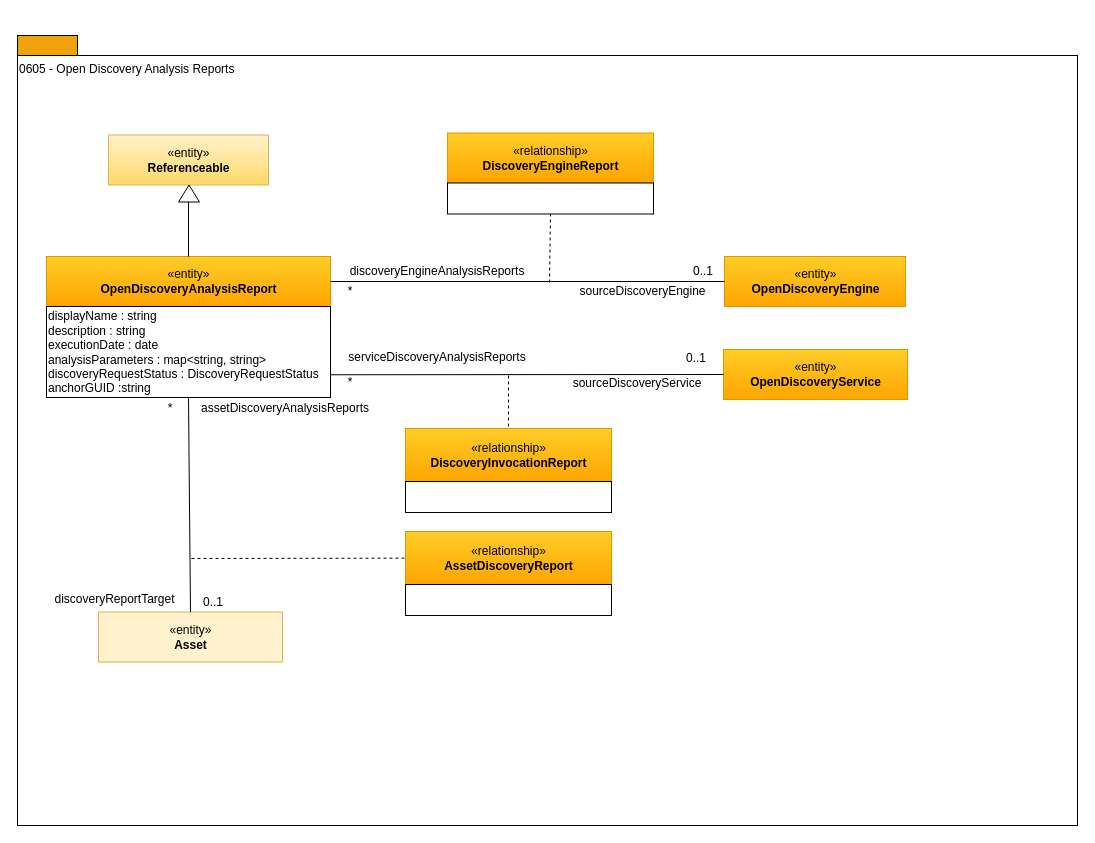
planetf1/egeria keeps this draw.io diagram as page "0605 - Discovery Analysis Reports" (5 of 18) of open-metadata-publication/website/open-metadata-types/area-6-discovery.drawio. Above is the earlier version. Source tidied: cells renumbered, new cells numbered last; positions are measured from the earlier drawing's top-left corner, leaving out a move shared by most shapes. Both pictures are drawn from the tidied source at 100%, with x=0, y=0 at pixel (17, 35).
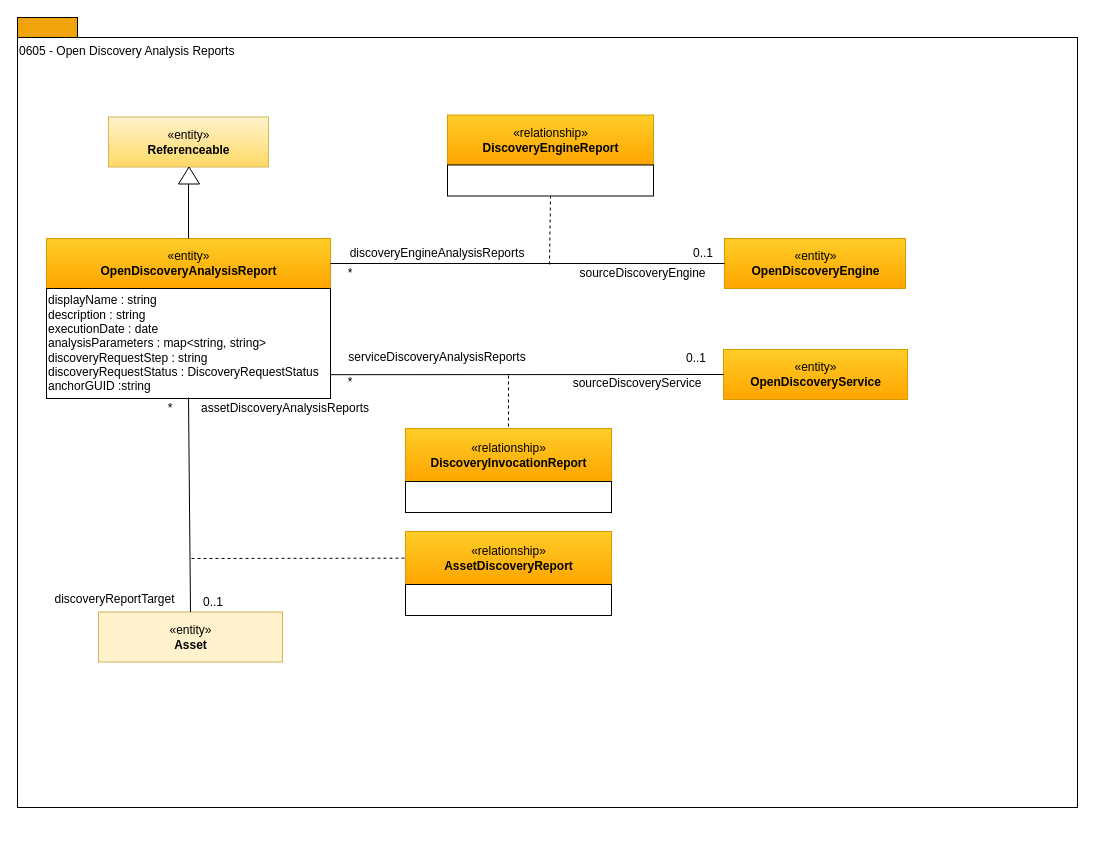
The same page after the edit.

Unchanged cells that the change refers to:
```xml
<mxCell id="13" value="«entity»&lt;br&gt;&lt;b&gt;OpenDiscoveryService&lt;/b&gt;" style="html=1;strokeColor=#d79b00;align=center;fillColor=#ffcd28;gradientColor=#ffa500;" parent="1" vertex="1">
  <mxGeometry x="706" y="314" width="184" height="50" as="geometry" />
</mxCell>
<mxCell id="27" value="«entity»&lt;br&gt;&lt;b&gt;Asset&lt;/b&gt;" style="html=1;strokeColor=#d6b656;align=center;fillColor=#fff2cc;" parent="1" vertex="1">
  <mxGeometry x="81" y="576.5" width="184" height="50" as="geometry" />
</mxCell>
```

Change to the diagram source:
```diff
@@
     <mxCell id="2" style="rounded=0;whiteSpace=wrap;html=1;align=left;fillColor=#f0a30a;strokeColor=#000000;fontColor=#ffffff;" parent="1" vertex="1">
-      <mxGeometry width="60" height="20" as="geometry" />
+      <mxGeometry y="-18" width="60" height="20" as="geometry" />
     </mxCell>
     <mxCell id="3" value="0605 - Open Discovery Analysis Reports" style="rounded=0;whiteSpace=wrap;html=1;align=left;verticalAlign=top;" parent="1" vertex="1">
-      <mxGeometry y="20" width="1060" height="770" as="geometry" />
+      <mxGeometry y="2" width="1060" height="770" as="geometry" />
     </mxCell>
     <mxCell id="4" value="«entity»&lt;br&gt;&lt;b&gt;OpenDiscoveryAnalysisReport&lt;/b&gt;" style="html=1;strokeColor=#d79b00;align=center;fillColor=#ffcd28;gradientColor=#ffa500;" parent="1" vertex="1">
-      <mxGeometry x="29" y="221" width="284" height="50" as="geometry" />
+      <mxGeometry x="29" y="203" width="284" height="50" as="geometry" />
     </mxCell>
-    <mxCell id="5" value="displayName : string&lt;br&gt;description : string&lt;br&gt;executionDate : date&lt;br&gt;&lt;div style=&quot;text-align: left&quot;&gt;&lt;span&gt;analysisParameters : map&amp;lt;string, string&amp;gt;&lt;/span&gt;&lt;/div&gt;&lt;div style=&quot;text-align: left&quot;&gt;&lt;span&gt;discoveryRequestStatus : DiscoveryRequestStatus&lt;/span&gt;&lt;/div&gt;&lt;div style=&quot;text-align: left&quot;&gt;&lt;span&gt;anchorGUID :string&lt;/span&gt;&lt;/div&gt;" style="rounded=0;whiteSpace=wrap;html=1;strokeColor=#000000;gradientColor=#ffffff;align=left;" parent="1" vertex="1">
-      <mxGeometry x="29" y="271" width="284" height="91" as="geometry" />
+    <mxCell id="5" value="displayName : string&lt;br&gt;description : string&lt;br&gt;executionDate : date&lt;br&gt;&lt;div style=&quot;text-align: left&quot;&gt;&lt;span&gt;analysisParameters : map&amp;lt;string, string&amp;gt;&lt;/span&gt;&lt;/div&gt;&lt;div style=&quot;text-align: left&quot;&gt;&lt;span&gt;discoveryRequestStep : string&lt;/span&gt;&lt;/div&gt;&lt;div style=&quot;text-align: left&quot;&gt;&lt;span&gt;discoveryRequestStatus : DiscoveryRequestStatus&lt;/span&gt;&lt;/div&gt;&lt;div style=&quot;text-align: left&quot;&gt;&lt;span&gt;anchorGUID :string&lt;/span&gt;&lt;/div&gt;" style="rounded=0;whiteSpace=wrap;html=1;strokeColor=#000000;gradientColor=#ffffff;align=left;" parent="1" vertex="1">
+      <mxGeometry x="29" y="253" width="284" height="110" as="geometry" />
     </mxCell>
@@
     <mxCell id="7" value="«entity»&lt;br&gt;&lt;b&gt;Referenceable&lt;/b&gt;" style="html=1;strokeColor=#d6b656;align=center;fillColor=#fff2cc;gradientColor=#ffd966;" parent="1" vertex="1">
-      <mxGeometry x="91" y="99.5" width="160" height="50" as="geometry" />
+      <mxGeometry x="91" y="81.5" width="160" height="50" as="geometry" />
     </mxCell>
     <mxCell id="8" style="triangle;whiteSpace=wrap;html=1;strokeColor=#000000;gradientColor=#ffffff;align=center;rotation=-90;" parent="1" vertex="1">
-      <mxGeometry x="163" y="147.5" width="17" height="21" as="geometry" />
+      <mxGeometry x="163" y="129.5" width="17" height="21" as="geometry" />
     </mxCell>
     <mxCell id="9" value="«entity»&lt;br&gt;&lt;b&gt;OpenDiscoveryEngine&lt;/b&gt;" style="html=1;strokeColor=#d79b00;align=center;fillColor=#ffcd28;gradientColor=#ffa500;" parent="1" vertex="1">
-      <mxGeometry x="707" y="221" width="181" height="50" as="geometry" />
+      <mxGeometry x="707" y="203" width="181" height="50" as="geometry" />
     </mxCell>
@@
     <mxCell id="11" value="«relationship»&lt;br&gt;&lt;b&gt;DiscoveryEngineReport&lt;/b&gt;" style="html=1;strokeColor=#d79b00;align=center;fillColor=#ffcd28;gradientColor=#ffa500;" parent="1" vertex="1">
-      <mxGeometry x="430" y="97.5" width="206" height="50" as="geometry" />
+      <mxGeometry x="430" y="79.5" width="206" height="50" as="geometry" />
     </mxCell>
     <mxCell id="12" style="endArrow=none;dashed=1;html=1;entryX=0.5;entryY=1;" parent="1" edge="1" target="14">
       <mxGeometry relative="1" as="geometry">
-        <mxPoint x="532" y="247" as="sourcePoint" />
+        <mxPoint x="532" y="229" as="sourcePoint" />
       </mxGeometry>
     </mxCell>
@@
     <mxCell id="14" style="rounded=0;whiteSpace=wrap;html=1;strokeColor=#000000;gradientColor=#ffffff;align=center;" parent="1" vertex="1">
-      <mxGeometry x="430" y="147.5" width="206" height="31" as="geometry" />
+      <mxGeometry x="430" y="129.5" width="206" height="31" as="geometry" />
     </mxCell>
@@
     <mxCell id="18" value="0..1" style="text;html=1;strokeColor=none;fillColor=none;align=center;verticalAlign=middle;whiteSpace=wrap;rounded=0;" parent="1" vertex="1">
-      <mxGeometry x="666" y="226" width="40" height="20" as="geometry" />
+      <mxGeometry x="666" y="208" width="40" height="20" as="geometry" />
     </mxCell>
     <mxCell id="19" value="*" style="text;html=1;strokeColor=none;fillColor=none;align=center;verticalAlign=middle;whiteSpace=wrap;rounded=0;" parent="1" vertex="1">
-      <mxGeometry x="313" y="246" width="40" height="20" as="geometry" />
+      <mxGeometry x="313" y="228" width="40" height="20" as="geometry" />
     </mxCell>
@@
     <mxCell id="21" value="sourceDiscoveryEngine" style="text;html=1;strokeColor=none;fillColor=none;align=center;verticalAlign=middle;whiteSpace=wrap;rounded=0;" parent="1" vertex="1">
-      <mxGeometry x="544" y="246" width="163" height="20" as="geometry" />
+      <mxGeometry x="544" y="228" width="163" height="20" as="geometry" />
     </mxCell>
@@
-    <mxCell id="25" style="endArrow=none;html=1;entryX=0;entryY=0.5;exitX=1;exitY=0.75;" parent="1" edge="1" source="5" target="13">
-      <mxGeometry relative="1" as="geometry" />
+    <mxCell id="25" style="endArrow=none;html=1;entryX=0;entryY=0.5;exitX=1;exitY=0.75;" parent="1" edge="1" target="13">
+      <mxGeometry relative="1" as="geometry">
+        <mxPoint x="313" y="339.2" as="sourcePoint" />
+      </mxGeometry>
     </mxCell>
     <mxCell id="26" value="discoveryEngineAnalysisReports" style="text;html=1;strokeColor=none;fillColor=none;align=center;verticalAlign=middle;whiteSpace=wrap;rounded=0;" parent="1" vertex="1">
-      <mxGeometry x="317" y="226" width="206" height="20" as="geometry" />
+      <mxGeometry x="317" y="208" width="206" height="20" as="geometry" />
     </mxCell>
@@
-    <mxCell id="35" style="endArrow=none;html=1;entryX=0.5;entryY=0;exitX=0.5;exitY=1;" parent="1" edge="1" source="5" target="27">
-      <mxGeometry relative="1" as="geometry" />
+    <mxCell id="35" style="endArrow=none;html=1;entryX=0.5;entryY=0;exitX=0.5;exitY=1;" parent="1" edge="1" target="27">
+      <mxGeometry relative="1" as="geometry">
+        <mxPoint x="171" y="362" as="sourcePoint" />
+      </mxGeometry>
     </mxCell>
```
